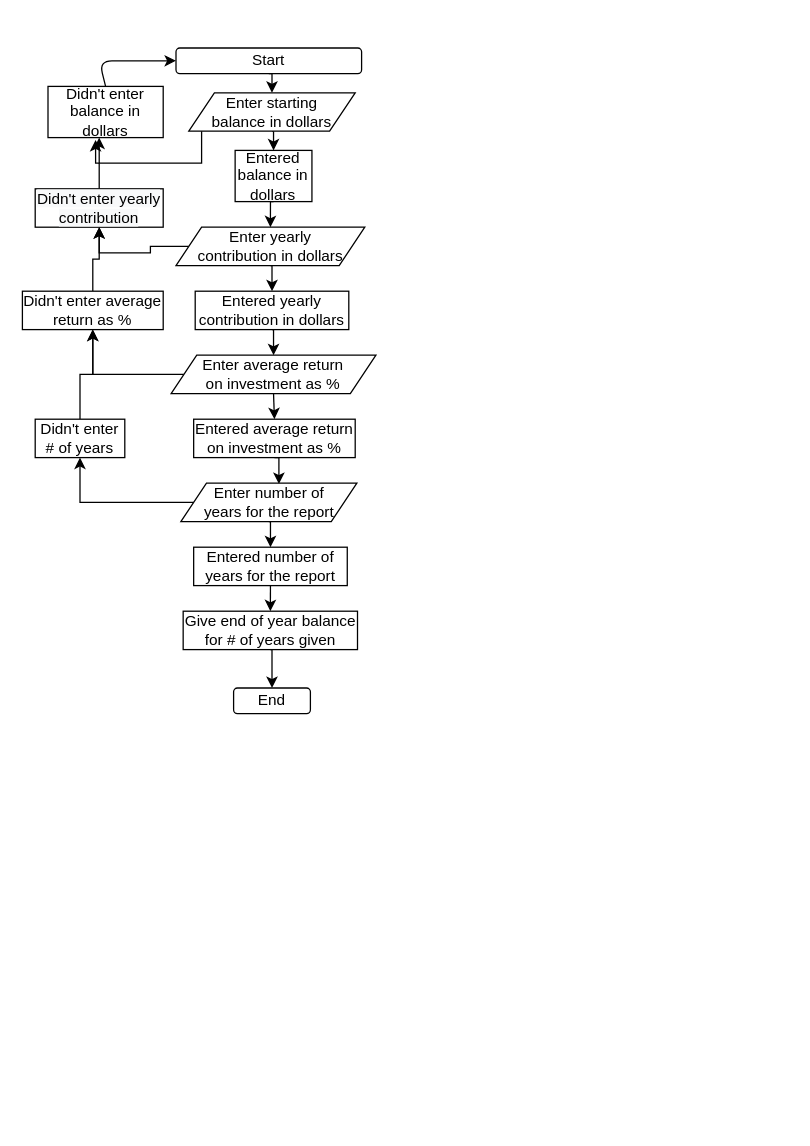
Earlier version of the draw.io diagram advflowchart.drawio (WilsonTalentCenter/advpseudoflow-YourTruly85). Source tidied: cells renumbered, new cells numbered last; positions are measured from the earlier drawing's top-left corner, leaving out a move shared by most shapes. Both pictures are drawn from the tidied source at 128%, with x=0, y=0 at pixel (22, 47).
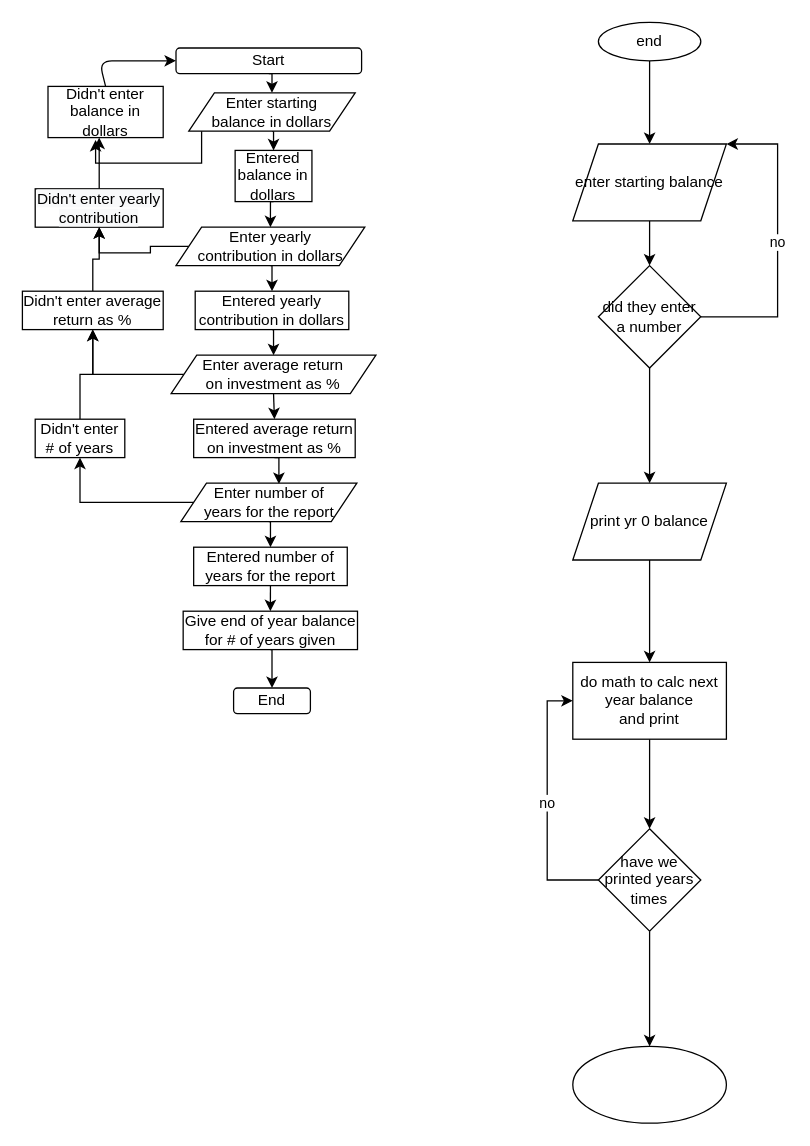
Above is the later version.

What changed in the source:
```diff
@@
+    <mxCell id="35" style="edgeStyle=orthogonalEdgeStyle;rounded=0;jettySize=auto;html=1;" parent="1" edge="1" source="36" target="38">
+      <mxGeometry relative="1" as="geometry" />
+    </mxCell>
+    <mxCell id="36" value="end" style="ellipse;whiteSpace=wrap;html=1;" parent="1" vertex="1">
+      <mxGeometry x="450" y="-20" width="80" height="30" as="geometry" />
+    </mxCell>
+    <mxCell id="37" style="edgeStyle=orthogonalEdgeStyle;rounded=0;jettySize=auto;html=1;" parent="1" edge="1" source="38" target="41">
+      <mxGeometry relative="1" as="geometry" />
+    </mxCell>
+    <mxCell id="38" value="enter starting balance&lt;br&gt;" style="shape=parallelogram;perimeter=parallelogramPerimeter;whiteSpace=wrap;html=1;fixedSize=1;" parent="1" vertex="1">
+      <mxGeometry x="430" y="75" width="120" height="60" as="geometry" />
+    </mxCell>
+    <mxCell id="39" value="no&lt;br&gt;" style="edgeStyle=orthogonalEdgeStyle;rounded=0;jettySize=auto;html=1;exitX=1;exitY=0.5;exitDx=0;exitDy=0;entryX=1;entryY=0;entryDx=0;entryDy=0;" parent="1" edge="1" source="41" target="38">
+      <mxGeometry relative="1" as="geometry">
+        <Array as="points">
+          <mxPoint x="590" y="210" />
+          <mxPoint x="590" y="75" />
+        </Array>
+      </mxGeometry>
+    </mxCell>
+    <mxCell id="40" style="edgeStyle=orthogonalEdgeStyle;rounded=0;jettySize=auto;html=1;" parent="1" edge="1" source="41" target="43">
+      <mxGeometry relative="1" as="geometry" />
+    </mxCell>
+    <mxCell id="41" value="did they enter a number" style="rhombus;whiteSpace=wrap;html=1;" parent="1" vertex="1">
+      <mxGeometry x="450" y="170" width="80" height="80" as="geometry" />
+    </mxCell>
+    <mxCell id="42" style="edgeStyle=orthogonalEdgeStyle;rounded=0;jettySize=auto;html=1;" parent="1" edge="1" source="43" target="45">
+      <mxGeometry relative="1" as="geometry" />
+    </mxCell>
+    <mxCell id="43" value="print yr 0 balance&lt;br&gt;" style="shape=parallelogram;perimeter=parallelogramPerimeter;whiteSpace=wrap;html=1;fixedSize=1;" parent="1" vertex="1">
+      <mxGeometry x="430" y="340" width="120" height="60" as="geometry" />
+    </mxCell>
+    <mxCell id="44" style="edgeStyle=orthogonalEdgeStyle;rounded=0;jettySize=auto;html=1;" parent="1" edge="1" source="45" target="48">
+      <mxGeometry relative="1" as="geometry" />
+    </mxCell>
+    <mxCell id="45" value="do math to calc next year balance&lt;br&gt;and print" style="whiteSpace=wrap;html=1;" parent="1" vertex="1">
+      <mxGeometry x="430" y="480" width="120" height="60" as="geometry" />
+    </mxCell>
+    <mxCell id="46" value="no" style="edgeStyle=orthogonalEdgeStyle;rounded=0;jettySize=auto;html=1;exitX=0;exitY=0.5;exitDx=0;exitDy=0;entryX=0;entryY=0.5;entryDx=0;entryDy=0;" parent="1" edge="1" source="48" target="45">
+      <mxGeometry relative="1" as="geometry" />
+    </mxCell>
+    <mxCell id="47" style="edgeStyle=orthogonalEdgeStyle;rounded=0;jettySize=auto;html=1;" parent="1" edge="1" source="48" target="49">
+      <mxGeometry relative="1" as="geometry" />
+    </mxCell>
+    <mxCell id="48" value="have we printed years times" style="rhombus;whiteSpace=wrap;html=1;" parent="1" vertex="1">
+      <mxGeometry x="450" y="610" width="80" height="80" as="geometry" />
+    </mxCell>
+    <mxCell id="49" style="ellipse;whiteSpace=wrap;html=1;" parent="1" vertex="1">
+      <mxGeometry x="430" y="780" width="120" height="60" as="geometry" />
+    </mxCell>
```
